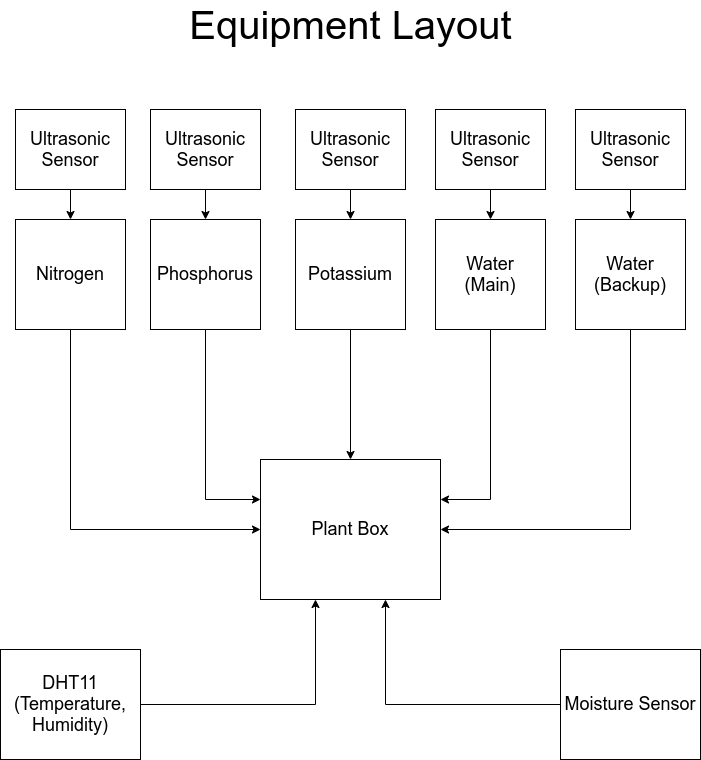
This is docs/charts/equipment-layout.png from avidianity/sf-snms, a draw.io export, as it was before one commit. Source tidied: cells renumbered, new cells last; positions are measured from the earlier drawing's top-left corner, leaving out a move shared by most shapes.
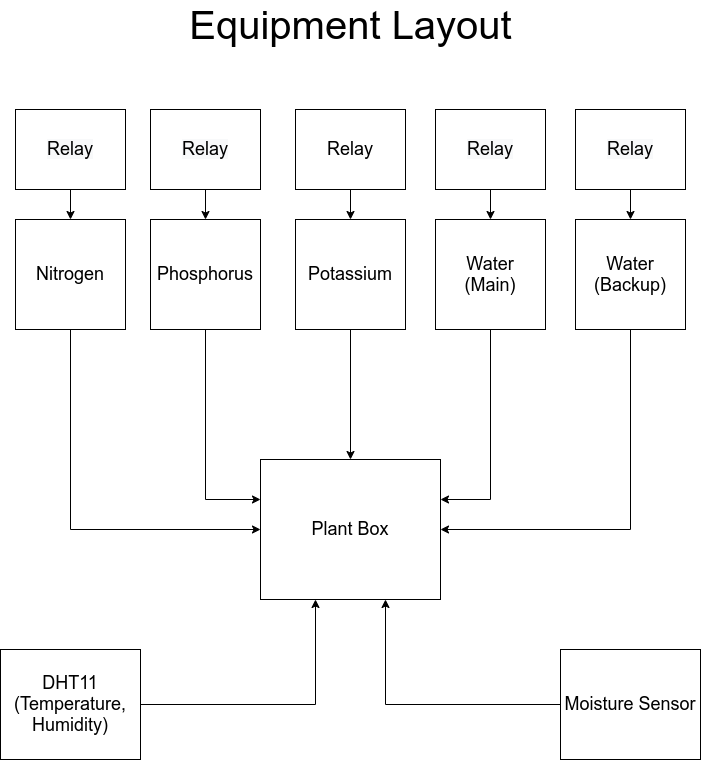
Later version of the same file.

Change to the diagram source:
```diff
@@ -62,31 +62,31 @@
     <mxCell id="13" style="edgeStyle=orthogonalEdgeStyle;rounded=0;jettySize=auto;html=1;fontSize=18;" parent="1" edge="1" source="14" target="4">
       <mxGeometry relative="1" as="geometry" />
     </mxCell>
-    <mxCell id="14" value="Ultrasonic&lt;br&gt;Sensor" style="rounded=0;whiteSpace=wrap;html=1;fontSize=18;" parent="1" vertex="1">
+    <mxCell id="14" value="&lt;meta charset=&quot;utf-8&quot;&gt;&lt;span style=&quot;color: rgb(0, 0, 0); font-family: helvetica; font-size: 18px; font-style: normal; font-weight: 400; letter-spacing: normal; text-align: center; text-indent: 0px; text-transform: none; word-spacing: 0px; background-color: rgb(248, 249, 250); display: inline; float: none;&quot;&gt;Relay&lt;/span&gt;" style="rounded=0;whiteSpace=wrap;html=1;fontSize=18;" parent="1" vertex="1">
       <mxGeometry x="15" y="100" width="110" height="80" as="geometry" />
     </mxCell>
     <mxCell id="15" style="edgeStyle=orthogonalEdgeStyle;rounded=0;jettySize=auto;html=1;fontSize=18;" parent="1" edge="1" source="16" target="6">
       <mxGeometry relative="1" as="geometry" />
     </mxCell>
-    <mxCell id="16" value="Ultrasonic&lt;br&gt;Sensor" style="rounded=0;whiteSpace=wrap;html=1;fontSize=18;" parent="1" vertex="1">
+    <mxCell id="16" value="&lt;meta charset=&quot;utf-8&quot;&gt;&lt;span style=&quot;color: rgb(0, 0, 0); font-family: helvetica; font-size: 18px; font-style: normal; font-weight: 400; letter-spacing: normal; text-align: center; text-indent: 0px; text-transform: none; word-spacing: 0px; background-color: rgb(248, 249, 250); display: inline; float: none;&quot;&gt;Relay&lt;/span&gt;" style="rounded=0;whiteSpace=wrap;html=1;fontSize=18;" parent="1" vertex="1">
       <mxGeometry x="150" y="100" width="110" height="80" as="geometry" />
     </mxCell>
     <mxCell id="17" style="edgeStyle=orthogonalEdgeStyle;rounded=0;jettySize=auto;html=1;fontSize=18;" parent="1" edge="1" source="18" target="8">
       <mxGeometry relative="1" as="geometry" />
     </mxCell>
-    <mxCell id="18" value="Ultrasonic&lt;br&gt;Sensor" style="rounded=0;whiteSpace=wrap;html=1;fontSize=18;" parent="1" vertex="1">
+    <mxCell id="18" value="Relay" style="rounded=0;whiteSpace=wrap;html=1;fontSize=18;" parent="1" vertex="1">
       <mxGeometry x="295" y="100" width="110" height="80" as="geometry" />
     </mxCell>
     <mxCell id="19" style="edgeStyle=orthogonalEdgeStyle;rounded=0;jettySize=auto;html=1;fontSize=18;" parent="1" edge="1" source="20" target="10">
       <mxGeometry relative="1" as="geometry" />
     </mxCell>
-    <mxCell id="20" value="Ultrasonic&lt;br&gt;Sensor" style="rounded=0;whiteSpace=wrap;html=1;fontSize=18;" parent="1" vertex="1">
+    <mxCell id="20" value="&lt;meta charset=&quot;utf-8&quot;&gt;&lt;span style=&quot;color: rgb(0, 0, 0); font-family: helvetica; font-size: 18px; font-style: normal; font-weight: 400; letter-spacing: normal; text-align: center; text-indent: 0px; text-transform: none; word-spacing: 0px; background-color: rgb(248, 249, 250); display: inline; float: none;&quot;&gt;Relay&lt;/span&gt;" style="rounded=0;whiteSpace=wrap;html=1;fontSize=18;" parent="1" vertex="1">
       <mxGeometry x="435" y="100" width="110" height="80" as="geometry" />
     </mxCell>
     <mxCell id="21" style="edgeStyle=orthogonalEdgeStyle;rounded=0;jettySize=auto;html=1;fontSize=18;" parent="1" edge="1" source="22" target="12">
       <mxGeometry relative="1" as="geometry" />
     </mxCell>
-    <mxCell id="22" value="Ultrasonic&lt;br&gt;Sensor" style="rounded=0;whiteSpace=wrap;html=1;fontSize=18;" parent="1" vertex="1">
+    <mxCell id="22" value="&lt;meta charset=&quot;utf-8&quot;&gt;&lt;span style=&quot;color: rgb(0, 0, 0); font-family: helvetica; font-size: 18px; font-style: normal; font-weight: 400; letter-spacing: normal; text-align: center; text-indent: 0px; text-transform: none; word-spacing: 0px; background-color: rgb(248, 249, 250); display: inline; float: none;&quot;&gt;Relay&lt;/span&gt;" style="rounded=0;whiteSpace=wrap;html=1;fontSize=18;" parent="1" vertex="1">
       <mxGeometry x="575" y="100" width="110" height="80" as="geometry" />
     </mxCell>
     <mxCell id="23" style="edgeStyle=orthogonalEdgeStyle;rounded=0;jettySize=auto;html=1;fontSize=18;" parent="1" edge="1" source="24" target="2">
```
